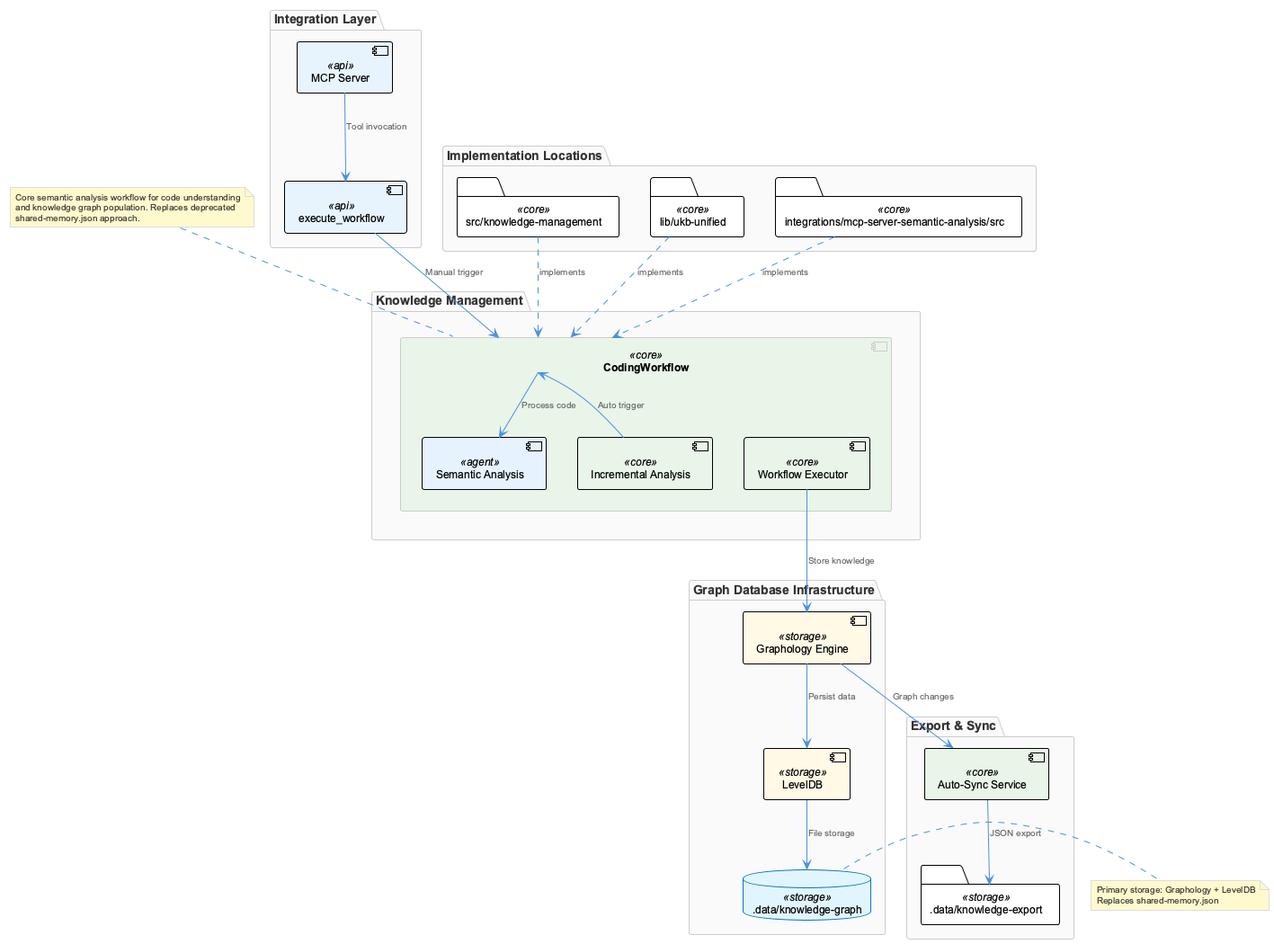
This is knowledge-management/insights/images/coding-workflow-architecture.png from fwornle/coding, a PlantUML export, as it was before one commit. Source of this version:
```plantuml
@startuml
!include /Users/q284340/Agentic/coding/docs/puml/_standard-style.puml

package "Knowledge Management" {
    component "CodingWorkflow" <<core>> {
        component "Semantic Analysis" <<agent>>
        component "Incremental Analysis" <<core>>
        component "Workflow Executor" <<core>>
    }
}

package "Graph Database Infrastructure" {
    component "Graphology Engine" <<storage>>
    component "LevelDB" <<storage>>
    database ".data/knowledge-graph" <<storage>>
}

package "Export & Sync" {
    folder ".data/knowledge-export" <<storage>>
    component "Auto-Sync Service" <<core>>
}

package "Integration Layer" {
    component "MCP Server" <<api>>
    component "execute_workflow" <<api>>
}

package "Implementation Locations" {
    folder "src/knowledge-management" <<core>>
    folder "lib/ukb-unified" <<core>>
    folder "integrations/mcp-server-semantic-analysis/src" <<core>>
}

[MCP Server] --> [execute_workflow] : "Tool invocation"
[execute_workflow] --> [CodingWorkflow] : "Manual trigger"
[Incremental Analysis] --> [CodingWorkflow] : "Auto trigger"

[CodingWorkflow] --> [Semantic Analysis] : "Process code"
[Workflow Executor] --> [Graphology Engine] : "Store knowledge"
[Graphology Engine] --> [LevelDB] : "Persist data"
[LevelDB] --> [.data/knowledge-graph] : "File storage"

[Graphology Engine] --> [Auto-Sync Service] : "Graph changes"
[Auto-Sync Service] --> [.data/knowledge-export] : "JSON export"

[src/knowledge-management] ..> [CodingWorkflow] : "implements"
[lib/ukb-unified] ..> [CodingWorkflow] : "implements"
[integrations/mcp-server-semantic-analysis/src] ..> [CodingWorkflow] : "implements"

note top of CodingWorkflow
  Core semantic analysis workflow for code understanding
  and knowledge graph population. Replaces deprecated
  shared-memory.json approach.
end note

note right of [.data/knowledge-graph]
  Primary storage: Graphology + LevelDB
  Replaces shared-memory.json
end note

@enduml
```
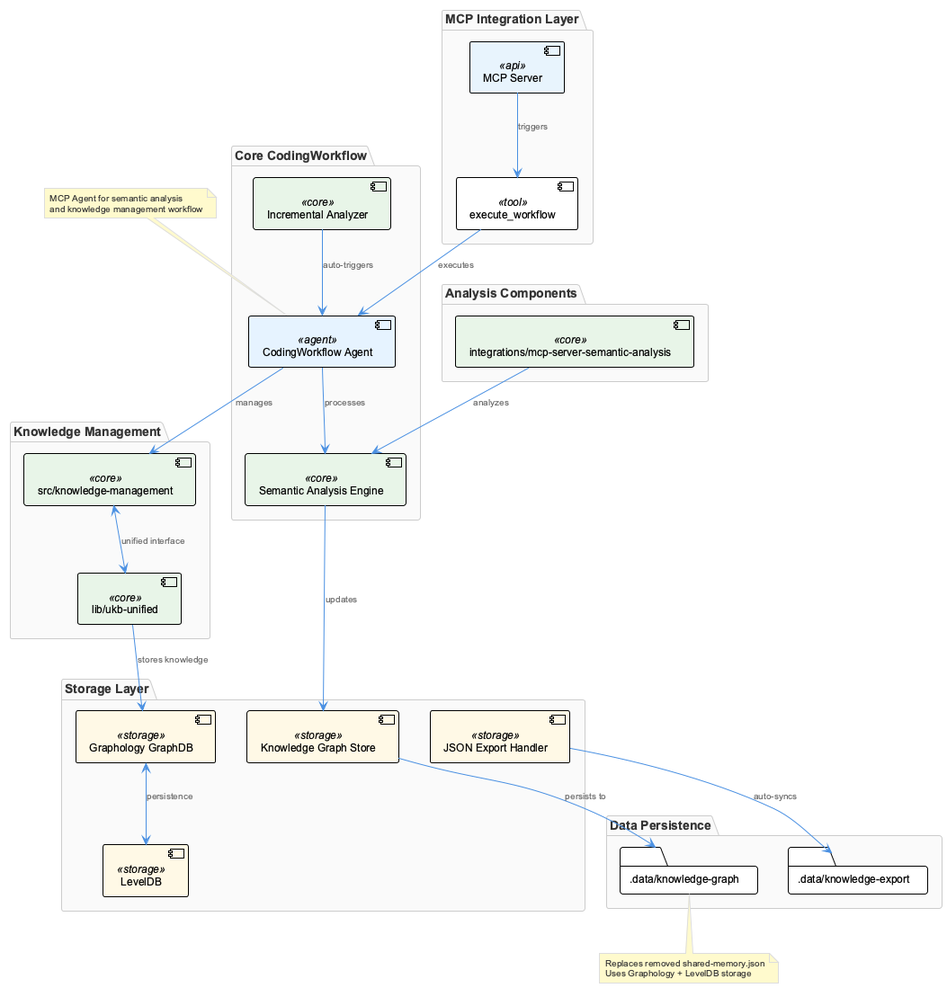
After the commit.

What changed in the source:
```diff
@@ -1,61 +1,63 @@
 @startuml
 !include /Users/q284340/Agentic/coding/docs/puml/_standard-style.puml
 
-package "Knowledge Management" {
-    component "CodingWorkflow" <<core>> {
-        component "Semantic Analysis" <<agent>>
-        component "Incremental Analysis" <<core>>
-        component "Workflow Executor" <<core>>
-    }
+package "MCP Integration Layer" {
+    component [MCP Server] <<api>>
+    component [execute_workflow] <<tool>>
 }
 
-package "Graph Database Infrastructure" {
-    component "Graphology Engine" <<storage>>
-    component "LevelDB" <<storage>>
-    database ".data/knowledge-graph" <<storage>>
+package "Core CodingWorkflow" {
+    component [CodingWorkflow Agent] <<agent>>
+    component [Semantic Analysis Engine] <<core>>
+    component [Incremental Analyzer] <<core>>
 }
 
-package "Export & Sync" {
-    folder ".data/knowledge-export" <<storage>>
-    component "Auto-Sync Service" <<core>>
+package "Knowledge Management" {
+    component [src/knowledge-management] <<core>>
+    component [lib/ukb-unified] <<core>>
 }
 
-package "Integration Layer" {
-    component "MCP Server" <<api>>
-    component "execute_workflow" <<api>>
+package "Storage Layer" {
+    component [Graphology GraphDB] <<storage>>
+    component [LevelDB] <<storage>>
+    component [Knowledge Graph Store] <<storage>>
+    component [JSON Export Handler] <<storage>>
 }
 
-package "Implementation Locations" {
-    folder "src/knowledge-management" <<core>>
-    folder "lib/ukb-unified" <<core>>
-    folder "integrations/mcp-server-semantic-analysis/src" <<core>>
+package "Data Persistence" {
+    folder ".data/knowledge-graph" as KGData
+    folder ".data/knowledge-export" as ExportData
 }
 
-[MCP Server] --> [execute_workflow] : "Tool invocation"
-[execute_workflow] --> [CodingWorkflow] : "Manual trigger"
-[Incremental Analysis] --> [CodingWorkflow] : "Auto trigger"
+package "Analysis Components" {
+    component [integrations/mcp-server-semantic-analysis] <<core>>
+}
 
-[CodingWorkflow] --> [Semantic Analysis] : "Process code"
-[Workflow Executor] --> [Graphology Engine] : "Store knowledge"
-[Graphology Engine] --> [LevelDB] : "Persist data"
-[LevelDB] --> [.data/knowledge-graph] : "File storage"
+[MCP Server] --> [execute_workflow] : triggers
+[execute_workflow] --> [CodingWorkflow Agent] : executes
+[Incremental Analyzer] --> [CodingWorkflow Agent] : auto-triggers
 
-[Graphology Engine] --> [Auto-Sync Service] : "Graph changes"
-[Auto-Sync Service] --> [.data/knowledge-export] : "JSON export"
+[CodingWorkflow Agent] --> [Semantic Analysis Engine] : processes
+[CodingWorkflow Agent] --> [src/knowledge-management] : manages
 
-[src/knowledge-management] ..> [CodingWorkflow] : "implements"
-[lib/ukb-unified] ..> [CodingWorkflow] : "implements"
-[integrations/mcp-server-semantic-analysis/src] ..> [CodingWorkflow] : "implements"
+[src/knowledge-management] <--> [lib/ukb-unified] : unified interface
+[lib/ukb-unified] --> [Graphology GraphDB] : stores knowledge
 
-note top of CodingWorkflow
-  Core semantic analysis workflow for code understanding
-  and knowledge graph population. Replaces deprecated
-  shared-memory.json approach.
+[Graphology GraphDB] <--> [LevelDB] : persistence
+[Knowledge Graph Store] --> KGData : persists to
+[JSON Export Handler] --> ExportData : auto-syncs
+
+[integrations/mcp-server-semantic-analysis] --> [Semantic Analysis Engine] : analyzes
+[Semantic Analysis Engine] --> [Knowledge Graph Store] : updates
+
+note top of [CodingWorkflow Agent]
+  MCP Agent for semantic analysis
+  and knowledge management workflow
 end note
 
-note right of [.data/knowledge-graph]
-  Primary storage: Graphology + LevelDB
-  Replaces shared-memory.json
+note bottom of KGData
+  Replaces removed shared-memory.json
+  Uses Graphology + LevelDB storage
 end note
 
 @enduml
```
